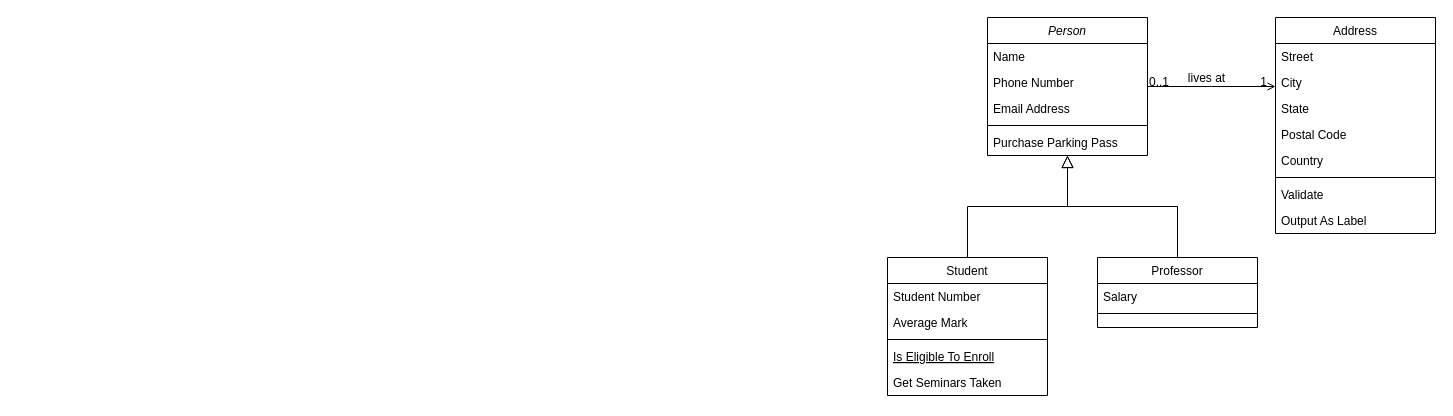
The draw.io diagram Diagrama sem nome.drawio in Vusmonth/uml, before the edit. Source tidied: cells renumbered, new cells numbered last; positions are measured from the earlier drawing's top-left corner, leaving out a move shared by most shapes. Both pictures are drawn from the tidied source at 100%, with x=0, y=0 at pixel (887, 17).
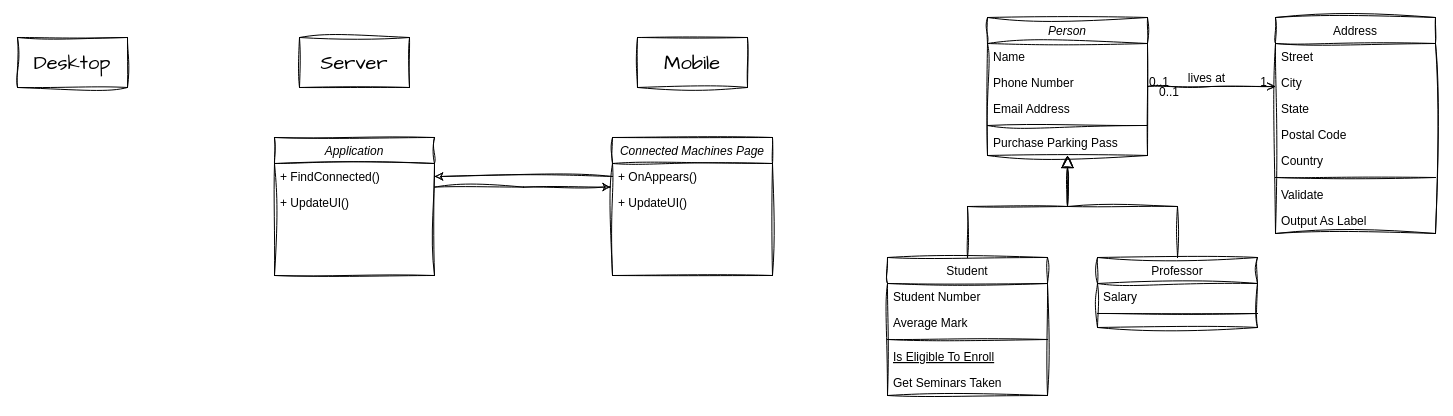
The same diagram, later.

Change to the diagram source:
```diff
@@
-    <mxCell id="2" value="Person" style="swimlane;fontStyle=2;align=center;verticalAlign=top;horizontal=1;startSize=26;rounded=0;shadow=0;strokeWidth=1;" parent="1" vertex="1">
+    <mxCell id="2" value="Person" style="swimlane;fontStyle=2;align=center;verticalAlign=top;horizontal=1;startSize=26;rounded=0;shadow=0;strokeWidth=1;sketch=1;curveFitting=1;jiggle=2;" parent="1" vertex="1">
       <mxGeometry x="100" width="160" height="138" as="geometry" />
     </mxCell>
-    <mxCell id="3" value="Name" style="text;align=left;verticalAlign=top;spacingLeft=4;spacingRight=4;overflow=hidden;" parent="2" vertex="1">
+    <mxCell id="3" value="Name" style="text;align=left;verticalAlign=top;spacingLeft=4;spacingRight=4;overflow=hidden;sketch=1;curveFitting=1;jiggle=2;" parent="2" vertex="1">
       <mxGeometry y="26" width="160" height="26" as="geometry" />
     </mxCell>
-    <mxCell id="4" value="Phone Number" style="text;align=left;verticalAlign=top;spacingLeft=4;spacingRight=4;overflow=hidden;rounded=0;shadow=0;html=0;" parent="2" vertex="1">
+    <mxCell id="4" value="Phone Number" style="text;align=left;verticalAlign=top;spacingLeft=4;spacingRight=4;overflow=hidden;rounded=0;shadow=0;html=0;sketch=1;curveFitting=1;jiggle=2;" parent="2" vertex="1">
       <mxGeometry y="52" width="160" height="26" as="geometry" />
     </mxCell>
-    <mxCell id="5" value="Email Address" style="text;align=left;verticalAlign=top;spacingLeft=4;spacingRight=4;overflow=hidden;rounded=0;shadow=0;html=0;" parent="2" vertex="1">
+    <mxCell id="5" value="Email Address" style="text;align=left;verticalAlign=top;spacingLeft=4;spacingRight=4;overflow=hidden;rounded=0;shadow=0;html=0;sketch=1;curveFitting=1;jiggle=2;" parent="2" vertex="1">
       <mxGeometry y="78" width="160" height="26" as="geometry" />
     </mxCell>
-    <mxCell id="6" style="line;html=1;strokeWidth=1;align=left;verticalAlign=middle;spacingTop=-1;spacingLeft=3;spacingRight=3;labelPosition=right;" parent="2" vertex="1">
+    <mxCell id="6" style="line;html=1;strokeWidth=1;align=left;verticalAlign=middle;spacingTop=-1;spacingLeft=3;spacingRight=3;labelPosition=right;sketch=1;curveFitting=1;jiggle=2;" parent="2" vertex="1">
       <mxGeometry y="104" width="160" height="8" as="geometry" />
     </mxCell>
-    <mxCell id="7" value="Purchase Parking Pass" style="text;align=left;verticalAlign=top;spacingLeft=4;spacingRight=4;overflow=hidden;" parent="2" vertex="1">
+    <mxCell id="7" value="Purchase Parking Pass" style="text;align=left;verticalAlign=top;spacingLeft=4;spacingRight=4;overflow=hidden;sketch=1;curveFitting=1;jiggle=2;" parent="2" vertex="1">
       <mxGeometry y="112" width="160" height="26" as="geometry" />
     </mxCell>
-    <mxCell id="8" value="Student" style="swimlane;fontStyle=0;align=center;verticalAlign=top;horizontal=1;startSize=26;rounded=0;shadow=0;strokeWidth=1;" parent="1" vertex="1">
+    <mxCell id="8" value="Student" style="swimlane;fontStyle=0;align=center;verticalAlign=top;horizontal=1;startSize=26;rounded=0;shadow=0;strokeWidth=1;sketch=1;curveFitting=1;jiggle=2;" parent="1" vertex="1">
       <mxGeometry y="240" width="160" height="138" as="geometry" />
     </mxCell>
-    <mxCell id="9" value="Student Number" style="text;align=left;verticalAlign=top;spacingLeft=4;spacingRight=4;overflow=hidden;" parent="8" vertex="1">
+    <mxCell id="9" value="Student Number" style="text;align=left;verticalAlign=top;spacingLeft=4;spacingRight=4;overflow=hidden;sketch=1;curveFitting=1;jiggle=2;" parent="8" vertex="1">
       <mxGeometry y="26" width="160" height="26" as="geometry" />
     </mxCell>
-    <mxCell id="10" value="Average Mark" style="text;align=left;verticalAlign=top;spacingLeft=4;spacingRight=4;overflow=hidden;rounded=0;shadow=0;html=0;" parent="8" vertex="1">
+    <mxCell id="10" value="Average Mark" style="text;align=left;verticalAlign=top;spacingLeft=4;spacingRight=4;overflow=hidden;rounded=0;shadow=0;html=0;sketch=1;curveFitting=1;jiggle=2;" parent="8" vertex="1">
       <mxGeometry y="52" width="160" height="26" as="geometry" />
     </mxCell>
-    <mxCell id="11" style="line;html=1;strokeWidth=1;align=left;verticalAlign=middle;spacingTop=-1;spacingLeft=3;spacingRight=3;labelPosition=right;" parent="8" vertex="1">
+    <mxCell id="11" style="line;html=1;strokeWidth=1;align=left;verticalAlign=middle;spacingTop=-1;spacingLeft=3;spacingRight=3;labelPosition=right;sketch=1;curveFitting=1;jiggle=2;" parent="8" vertex="1">
       <mxGeometry y="78" width="160" height="8" as="geometry" />
     </mxCell>
-    <mxCell id="12" value="Is Eligible To Enroll" style="text;align=left;verticalAlign=top;spacingLeft=4;spacingRight=4;overflow=hidden;fontStyle=4;" parent="8" vertex="1">
+    <mxCell id="12" value="Is Eligible To Enroll" style="text;align=left;verticalAlign=top;spacingLeft=4;spacingRight=4;overflow=hidden;fontStyle=4;sketch=1;curveFitting=1;jiggle=2;" parent="8" vertex="1">
       <mxGeometry y="86" width="160" height="26" as="geometry" />
     </mxCell>
-    <mxCell id="13" value="Get Seminars Taken" style="text;align=left;verticalAlign=top;spacingLeft=4;spacingRight=4;overflow=hidden;" parent="8" vertex="1">
+    <mxCell id="13" value="Get Seminars Taken" style="text;align=left;verticalAlign=top;spacingLeft=4;spacingRight=4;overflow=hidden;sketch=1;curveFitting=1;jiggle=2;" parent="8" vertex="1">
       <mxGeometry y="112" width="160" height="26" as="geometry" />
     </mxCell>
-    <mxCell id="14" style="endArrow=block;endSize=10;endFill=0;shadow=0;strokeWidth=1;rounded=0;edgeStyle=elbowEdgeStyle;elbow=vertical;" parent="1" edge="1" source="8" target="2">
+    <mxCell id="14" style="endArrow=block;endSize=10;endFill=0;shadow=0;strokeWidth=1;rounded=0;edgeStyle=elbowEdgeStyle;elbow=vertical;sketch=1;curveFitting=1;jiggle=2;" parent="1" edge="1" source="8" target="2">
       <mxGeometry relative="1" as="geometry" />
     </mxCell>
-    <mxCell id="15" value="Professor" style="swimlane;fontStyle=0;align=center;verticalAlign=top;horizontal=1;startSize=26;rounded=0;shadow=0;strokeWidth=1;" parent="1" vertex="1">
+    <mxCell id="15" value="Professor" style="swimlane;fontStyle=0;align=center;verticalAlign=top;horizontal=1;startSize=26;rounded=0;shadow=0;strokeWidth=1;sketch=1;curveFitting=1;jiggle=2;" parent="1" vertex="1">
       <mxGeometry x="210" y="240" width="160" height="70" as="geometry" />
     </mxCell>
-    <mxCell id="16" value="Salary" style="text;align=left;verticalAlign=top;spacingLeft=4;spacingRight=4;overflow=hidden;" parent="15" vertex="1">
+    <mxCell id="16" value="Salary" style="text;align=left;verticalAlign=top;spacingLeft=4;spacingRight=4;overflow=hidden;sketch=1;curveFitting=1;jiggle=2;" parent="15" vertex="1">
       <mxGeometry y="26" width="160" height="26" as="geometry" />
     </mxCell>
-    <mxCell id="17" style="line;html=1;strokeWidth=1;align=left;verticalAlign=middle;spacingTop=-1;spacingLeft=3;spacingRight=3;labelPosition=right;" parent="15" vertex="1">
+    <mxCell id="17" style="line;html=1;strokeWidth=1;align=left;verticalAlign=middle;spacingTop=-1;spacingLeft=3;spacingRight=3;labelPosition=right;sketch=1;curveFitting=1;jiggle=2;" parent="15" vertex="1">
       <mxGeometry y="52" width="160" height="8" as="geometry" />
     </mxCell>
-    <mxCell id="18" style="endArrow=block;endSize=10;endFill=0;shadow=0;strokeWidth=1;rounded=0;edgeStyle=elbowEdgeStyle;elbow=vertical;" parent="1" edge="1" source="15" target="2">
+    <mxCell id="18" style="endArrow=block;endSize=10;endFill=0;shadow=0;strokeWidth=1;rounded=0;edgeStyle=elbowEdgeStyle;elbow=vertical;sketch=1;curveFitting=1;jiggle=2;" parent="1" edge="1" source="15" target="2">
       <mxGeometry relative="1" as="geometry" />
     </mxCell>
-    <mxCell id="19" value="Address" style="swimlane;fontStyle=0;align=center;verticalAlign=top;horizontal=1;startSize=26;rounded=0;shadow=0;strokeWidth=1;" parent="1" vertex="1">
+    <mxCell id="19" value="Address" style="swimlane;fontStyle=0;align=center;verticalAlign=top;horizontal=1;startSize=26;rounded=0;shadow=0;strokeWidth=1;sketch=1;curveFitting=1;jiggle=2;" parent="1" vertex="1">
       <mxGeometry x="388" width="160" height="216" as="geometry" />
     </mxCell>
-    <mxCell id="20" value="Street" style="text;align=left;verticalAlign=top;spacingLeft=4;spacingRight=4;overflow=hidden;" parent="19" vertex="1">
+    <mxCell id="20" value="Street" style="text;align=left;verticalAlign=top;spacingLeft=4;spacingRight=4;overflow=hidden;sketch=1;curveFitting=1;jiggle=2;" parent="19" vertex="1">
       <mxGeometry y="26" width="160" height="26" as="geometry" />
     </mxCell>
-    <mxCell id="21" value="City" style="text;align=left;verticalAlign=top;spacingLeft=4;spacingRight=4;overflow=hidden;rounded=0;shadow=0;html=0;" parent="19" vertex="1">
+    <mxCell id="21" value="City" style="text;align=left;verticalAlign=top;spacingLeft=4;spacingRight=4;overflow=hidden;rounded=0;shadow=0;html=0;sketch=1;curveFitting=1;jiggle=2;" parent="19" vertex="1">
       <mxGeometry y="52" width="160" height="26" as="geometry" />
     </mxCell>
-    <mxCell id="22" value="State" style="text;align=left;verticalAlign=top;spacingLeft=4;spacingRight=4;overflow=hidden;rounded=0;shadow=0;html=0;" parent="19" vertex="1">
+    <mxCell id="22" value="State" style="text;align=left;verticalAlign=top;spacingLeft=4;spacingRight=4;overflow=hidden;rounded=0;shadow=0;html=0;sketch=1;curveFitting=1;jiggle=2;" parent="19" vertex="1">
       <mxGeometry y="78" width="160" height="26" as="geometry" />
     </mxCell>
-    <mxCell id="23" value="Postal Code" style="text;align=left;verticalAlign=top;spacingLeft=4;spacingRight=4;overflow=hidden;rounded=0;shadow=0;html=0;" parent="19" vertex="1">
+    <mxCell id="23" value="Postal Code" style="text;align=left;verticalAlign=top;spacingLeft=4;spacingRight=4;overflow=hidden;rounded=0;shadow=0;html=0;sketch=1;curveFitting=1;jiggle=2;" parent="19" vertex="1">
       <mxGeometry y="104" width="160" height="26" as="geometry" />
     </mxCell>
-    <mxCell id="24" value="Country" style="text;align=left;verticalAlign=top;spacingLeft=4;spacingRight=4;overflow=hidden;rounded=0;shadow=0;html=0;" parent="19" vertex="1">
+    <mxCell id="24" value="Country" style="text;align=left;verticalAlign=top;spacingLeft=4;spacingRight=4;overflow=hidden;rounded=0;shadow=0;html=0;sketch=1;curveFitting=1;jiggle=2;" parent="19" vertex="1">
       <mxGeometry y="130" width="160" height="26" as="geometry" />
     </mxCell>
-    <mxCell id="25" style="line;html=1;strokeWidth=1;align=left;verticalAlign=middle;spacingTop=-1;spacingLeft=3;spacingRight=3;labelPosition=right;" parent="19" vertex="1">
+    <mxCell id="25" style="line;html=1;strokeWidth=1;align=left;verticalAlign=middle;spacingTop=-1;spacingLeft=3;spacingRight=3;labelPosition=right;sketch=1;curveFitting=1;jiggle=2;" parent="19" vertex="1">
       <mxGeometry y="156" width="160" height="8" as="geometry" />
     </mxCell>
-    <mxCell id="26" value="Validate" style="text;align=left;verticalAlign=top;spacingLeft=4;spacingRight=4;overflow=hidden;" parent="19" vertex="1">
+    <mxCell id="26" value="Validate" style="text;align=left;verticalAlign=top;spacingLeft=4;spacingRight=4;overflow=hidden;sketch=1;curveFitting=1;jiggle=2;" parent="19" vertex="1">
       <mxGeometry y="164" width="160" height="26" as="geometry" />
     </mxCell>
-    <mxCell id="27" value="Output As Label" style="text;align=left;verticalAlign=top;spacingLeft=4;spacingRight=4;overflow=hidden;" parent="19" vertex="1">
+    <mxCell id="27" value="Output As Label" style="text;align=left;verticalAlign=top;spacingLeft=4;spacingRight=4;overflow=hidden;sketch=1;curveFitting=1;jiggle=2;" parent="19" vertex="1">
       <mxGeometry y="190" width="160" height="26" as="geometry" />
     </mxCell>
-    <mxCell id="28" style="endArrow=open;shadow=0;strokeWidth=1;rounded=0;endFill=1;edgeStyle=elbowEdgeStyle;elbow=vertical;" parent="1" edge="1" source="2" target="19">
+    <mxCell id="28" style="endArrow=open;shadow=0;strokeWidth=1;rounded=0;endFill=1;edgeStyle=elbowEdgeStyle;elbow=vertical;sketch=1;curveFitting=1;jiggle=2;" parent="1" edge="1" source="2" target="19">
       <mxGeometry x="0.5" y="41" relative="1" as="geometry">
         <mxPoint x="-40" y="32" as="offset" />
       </mxGeometry>
     </mxCell>
-    <mxCell id="29" value="0..1" style="align=left;verticalAlign=bottom;labelBackgroundColor=none;fontSize=12;" parent="28" vertex="1">
+    <mxCell id="29" value="0..1" style="align=left;verticalAlign=bottom;labelBackgroundColor=none;fontSize=12;sketch=1;curveFitting=1;jiggle=2;" parent="28" vertex="1">
       <mxGeometry x="-1" relative="1" as="geometry">
         <mxPoint y="4" as="offset" />
       </mxGeometry>
     </mxCell>
-    <mxCell id="30" value="1" style="align=right;verticalAlign=bottom;labelBackgroundColor=none;fontSize=12;" parent="28" vertex="1">
+    <mxCell id="30" value="1" style="align=right;verticalAlign=bottom;labelBackgroundColor=none;fontSize=12;sketch=1;curveFitting=1;jiggle=2;" parent="28" vertex="1">
       <mxGeometry x="1" relative="1" as="geometry">
         <mxPoint x="-7" y="4" as="offset" />
       </mxGeometry>
     </mxCell>
-    <mxCell id="31" value="lives at" style="text;html=1;align=center;verticalAlign=middle;labelBackgroundColor=none;rounded=0;shadow=0;strokeWidth=1;fontSize=12;" parent="28" vertex="1">
+    <mxCell id="31" value="lives at" style="text;html=1;align=center;verticalAlign=middle;labelBackgroundColor=none;rounded=0;shadow=0;strokeWidth=1;fontSize=12;sketch=1;curveFitting=1;jiggle=2;" parent="28" vertex="1">
       <mxGeometry x="0.5" y="49" relative="1" as="geometry">
         <mxPoint x="-38" y="40" as="offset" />
       </mxGeometry>
     </mxCell>
+    <mxCell id="32" value="Mobile" style="html=1;whiteSpace=wrap;sketch=1;hachureGap=4;jiggle=2;curveFitting=1;fontFamily=Architects Daughter;fontSize=20;" parent="1" vertex="1">
+      <mxGeometry x="-250" y="20" width="110" height="50" as="geometry" />
+    </mxCell>
+    <mxCell id="33" value="Desktop" style="html=1;whiteSpace=wrap;sketch=1;hachureGap=4;jiggle=2;curveFitting=1;fontFamily=Architects Daughter;fontSize=20;" parent="1" vertex="1">
+      <mxGeometry x="-870" y="20" width="110" height="50" as="geometry" />
+    </mxCell>
+    <mxCell id="34" value="Server" style="html=1;whiteSpace=wrap;sketch=1;hachureGap=4;jiggle=2;curveFitting=1;fontFamily=Architects Daughter;fontSize=20;" parent="1" vertex="1">
+      <mxGeometry x="-588" y="20" width="110" height="50" as="geometry" />
+    </mxCell>
+    <mxCell id="35" value="Connected Machines Page" style="swimlane;fontStyle=2;align=center;verticalAlign=top;horizontal=1;startSize=26;rounded=0;shadow=0;strokeWidth=1;sketch=1;curveFitting=1;jiggle=2;" parent="1" vertex="1">
+      <mxGeometry x="-275" y="120" width="160" height="138" as="geometry" />
+    </mxCell>
+    <mxCell id="36" value="+ OnAppears()" style="text;align=left;verticalAlign=top;spacingLeft=4;spacingRight=4;overflow=hidden;points=[[0,0.5],[1,0.5]];portConstraint=eastwest;sketch=1;curveFitting=1;jiggle=2;" parent="35" vertex="1">
+      <mxGeometry y="26" width="160" height="26" as="geometry" />
+    </mxCell>
+    <mxCell id="37" value="+ UpdateUI()" style="text;align=left;verticalAlign=top;spacingLeft=4;spacingRight=4;overflow=hidden;sketch=1;curveFitting=1;jiggle=2;" parent="35" vertex="1">
+      <mxGeometry y="52" width="160" height="26" as="geometry" />
+    </mxCell>
+    <mxCell id="38" value="0..1" style="align=left;verticalAlign=bottom;labelBackgroundColor=none;fontSize=12;sketch=1;curveFitting=1;jiggle=2;" parent="1" vertex="1">
+      <mxGeometry x="270" y="82.9" as="geometry" />
+    </mxCell>
+    <mxCell id="39" value="Application" style="swimlane;fontStyle=2;align=center;verticalAlign=top;horizontal=1;startSize=26;rounded=0;shadow=0;strokeWidth=1;sketch=1;curveFitting=1;jiggle=2;" parent="1" vertex="1">
+      <mxGeometry x="-613" y="120" width="160" height="138" as="geometry" />
+    </mxCell>
+    <mxCell id="40" value="+ FindConnected()" style="text;align=left;verticalAlign=top;spacingLeft=4;spacingRight=4;overflow=hidden;points=[[0,0.5],[1,0.5]];portConstraint=eastwest;sketch=1;curveFitting=1;jiggle=2;" parent="39" vertex="1">
+      <mxGeometry y="26" width="160" height="26" as="geometry" />
+    </mxCell>
+    <mxCell id="41" value="+ UpdateUI()" style="text;align=left;verticalAlign=top;spacingLeft=4;spacingRight=4;overflow=hidden;sketch=1;curveFitting=1;jiggle=2;" parent="39" vertex="1">
+      <mxGeometry y="52" width="160" height="26" as="geometry" />
+    </mxCell>
+    <mxCell id="42" style="edgeStyle=orthogonalEdgeStyle;rounded=0;sketch=1;hachureGap=4;jiggle=2;curveFitting=1;jettySize=auto;html=1;exitX=0;exitY=0.5;exitDx=0;exitDy=0;fontFamily=Architects Daughter;fontSize=16;" parent="1" edge="1" source="36" target="40">
+      <mxGeometry relative="1" as="geometry" />
+    </mxCell>
+    <mxCell id="43" style="edgeStyle=orthogonalEdgeStyle;rounded=0;sketch=1;hachureGap=4;jiggle=2;curveFitting=1;jettySize=auto;html=1;entryX=-0.008;entryY=0.907;entryDx=0;entryDy=0;entryPerimeter=0;fontFamily=Architects Daughter;fontSize=16;" parent="1" edge="1" source="40" target="36">
+      <mxGeometry relative="1" as="geometry">
+        <Array as="points">
+          <mxPoint x="-364" y="170" />
+        </Array>
+      </mxGeometry>
+    </mxCell>
```
